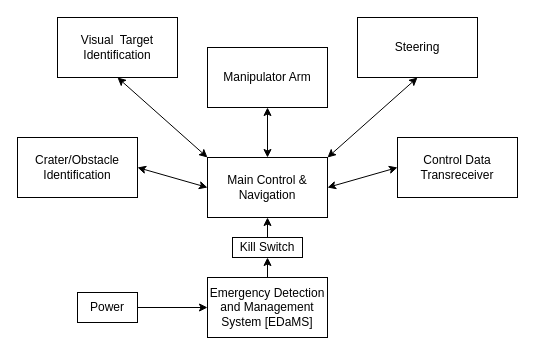
The draw.io diagram Untitled Diagram.drawio in ShadowWarrior8/ArduinoProj, before the edit. Source tidied: cells renumbered, new cells numbered last; positions are measured from the earlier drawing's top-left corner, leaving out a move shared by most shapes. Both pictures are drawn from the tidied source at 100%, with x=0, y=0 at pixel (17, 17).
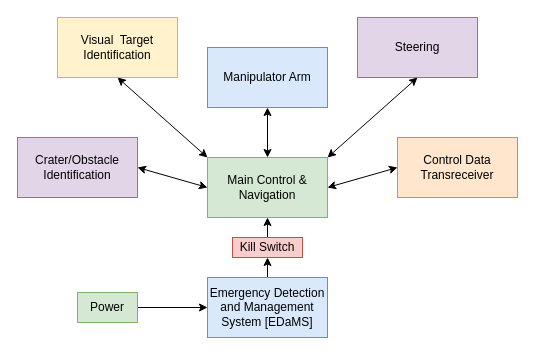
The same page after the edit.

The edit, as a diff of the source:
```diff
@@
 <mxGraphModel>
   <root>
     <mxCell id="0" />
     <mxCell id="1" parent="0" />
-    <mxCell id="2" value="Manipulator Arm" style="rounded=0;whiteSpace=wrap;html=1;" parent="1" vertex="1">
+    <mxCell id="2" value="Manipulator Arm" style="rounded=0;whiteSpace=wrap;html=1;fillColor=#dae8fc;strokeColor=#6c8ebf;" parent="1" vertex="1">
       <mxGeometry x="190" y="30" width="120" height="60" as="geometry" />
     </mxCell>
-    <mxCell id="3" value="Main Control &amp;amp; Navigation" style="rounded=0;whiteSpace=wrap;html=1;" parent="1" vertex="1">
+    <mxCell id="3" value="Main Control &amp;amp; Navigation" style="rounded=0;whiteSpace=wrap;html=1;fillColor=#d5e8d4;strokeColor=#82b366;" parent="1" vertex="1">
       <mxGeometry x="190" y="140" width="120" height="60" as="geometry" />
     </mxCell>
-    <mxCell id="4" value="Visual&amp;nbsp; Target Identification" style="rounded=0;whiteSpace=wrap;html=1;" parent="1" vertex="1">
+    <mxCell id="4" value="Visual&amp;nbsp; Target Identification" style="rounded=0;whiteSpace=wrap;html=1;fillColor=#fff2cc;strokeColor=#d6b656;" parent="1" vertex="1">
       <mxGeometry x="40" width="120" height="60" as="geometry" />
     </mxCell>
-    <mxCell id="5" value="Crater/Obstacle Identification" style="rounded=0;whiteSpace=wrap;html=1;" parent="1" vertex="1">
+    <mxCell id="5" value="Crater/Obstacle Identification" style="rounded=0;whiteSpace=wrap;html=1;fillColor=#e1d5e7;strokeColor=#9673a6;" parent="1" vertex="1">
       <mxGeometry y="120" width="120" height="60" as="geometry" />
     </mxCell>
-    <mxCell id="6" value="Steering" style="rounded=0;whiteSpace=wrap;html=1;" parent="1" vertex="1">
+    <mxCell id="6" value="Steering" style="rounded=0;whiteSpace=wrap;html=1;fillColor=#e1d5e7;strokeColor=#9673a6;" parent="1" vertex="1">
       <mxGeometry x="340" width="120" height="60" as="geometry" />
     </mxCell>
-    <mxCell id="7" value="Control Data Transreceiver" style="rounded=0;whiteSpace=wrap;html=1;" parent="1" vertex="1">
+    <mxCell id="7" value="Control Data Transreceiver" style="rounded=0;whiteSpace=wrap;html=1;fillColor=#ffe6cc;strokeColor=#d79b00;" parent="1" vertex="1">
       <mxGeometry x="380" y="120" width="120" height="60" as="geometry" />
     </mxCell>
     <mxCell id="8" style="edgeStyle=orthogonalEdgeStyle;rounded=0;jettySize=auto;html=1;exitX=0.5;exitY=0;exitDx=0;exitDy=0;entryX=0.5;entryY=1;entryDx=0;entryDy=0;" parent="1" edge="1" source="9" target="13">
       <mxGeometry relative="1" as="geometry" />
     </mxCell>
-    <mxCell id="9" value="Emergency Detection and Management System [EDaMS]" style="rounded=0;whiteSpace=wrap;html=1;" parent="1" vertex="1">
+    <mxCell id="9" value="Emergency Detection and Management System [EDaMS]" style="rounded=0;whiteSpace=wrap;html=1;fillColor=#dae8fc;strokeColor=#6c8ebf;" parent="1" vertex="1">
       <mxGeometry x="190" y="260" width="120" height="60" as="geometry" />
     </mxCell>
     <mxCell id="10" style="edgeStyle=orthogonalEdgeStyle;rounded=0;jettySize=auto;html=1;exitX=1;exitY=0.5;exitDx=0;exitDy=0;entryX=0;entryY=0.5;entryDx=0;entryDy=0;" parent="1" edge="1" source="11" target="9">
       <mxGeometry relative="1" as="geometry" />
     </mxCell>
-    <mxCell id="11" value="Power" style="rounded=0;whiteSpace=wrap;html=1;" parent="1" vertex="1">
+    <mxCell id="11" value="Power" style="rounded=0;whiteSpace=wrap;html=1;fillColor=#d5e8d4;strokeColor=#82b366;" parent="1" vertex="1">
       <mxGeometry x="60" y="275" width="60" height="30" as="geometry" />
     </mxCell>
     <mxCell id="12" style="edgeStyle=orthogonalEdgeStyle;rounded=0;jettySize=auto;html=1;exitX=0.5;exitY=0;exitDx=0;exitDy=0;entryX=0.5;entryY=1;entryDx=0;entryDy=0;" parent="1" edge="1" source="13" target="3">
       <mxGeometry relative="1" as="geometry" />
     </mxCell>
-    <mxCell id="13" value="Kill Switch" style="rounded=0;whiteSpace=wrap;html=1;" parent="1" vertex="1">
+    <mxCell id="13" value="Kill Switch" style="rounded=0;whiteSpace=wrap;html=1;fillColor=#f8cecc;strokeColor=#b85450;" parent="1" vertex="1">
       <mxGeometry x="215" y="220" width="70" height="20" as="geometry" />
     </mxCell>
     <mxCell id="14" style="endArrow=classic;startArrow=classic;html=1;rounded=0;entryX=0.5;entryY=1;entryDx=0;entryDy=0;exitX=0.5;exitY=0;exitDx=0;exitDy=0;" parent="1" edge="1" source="3" target="2">
       <mxGeometry relative="1" as="geometry" />
     </mxCell>
     <mxCell id="15" style="endArrow=classic;startArrow=classic;html=1;rounded=0;exitX=1;exitY=0.5;exitDx=0;exitDy=0;entryX=0;entryY=0.5;entryDx=0;entryDy=0;" parent="1" edge="1" source="3" target="7">
       <mxGeometry relative="1" as="geometry" />
     </mxCell>
     <mxCell id="16" style="endArrow=classic;startArrow=classic;html=1;rounded=0;exitX=1;exitY=0.5;exitDx=0;exitDy=0;entryX=0;entryY=0.5;entryDx=0;entryDy=0;" parent="1" edge="1" source="5" target="3">
       <mxGeometry relative="1" as="geometry" />
     </mxCell>
     <mxCell id="17" style="endArrow=classic;startArrow=classic;html=1;rounded=0;entryX=0.5;entryY=1;entryDx=0;entryDy=0;exitX=0;exitY=0;exitDx=0;exitDy=0;" parent="1" edge="1" source="3" target="4">
       <mxGeometry relative="1" as="geometry" />
     </mxCell>
     <mxCell id="18" style="endArrow=classic;startArrow=classic;html=1;rounded=0;entryX=0.5;entryY=1;entryDx=0;entryDy=0;" parent="1" edge="1" target="6">
       <mxGeometry relative="1" as="geometry">
         <mxPoint x="310" y="140" as="sourcePoint" />
       </mxGeometry>
     </mxCell>
   </root>
 </mxGraphModel>
```
